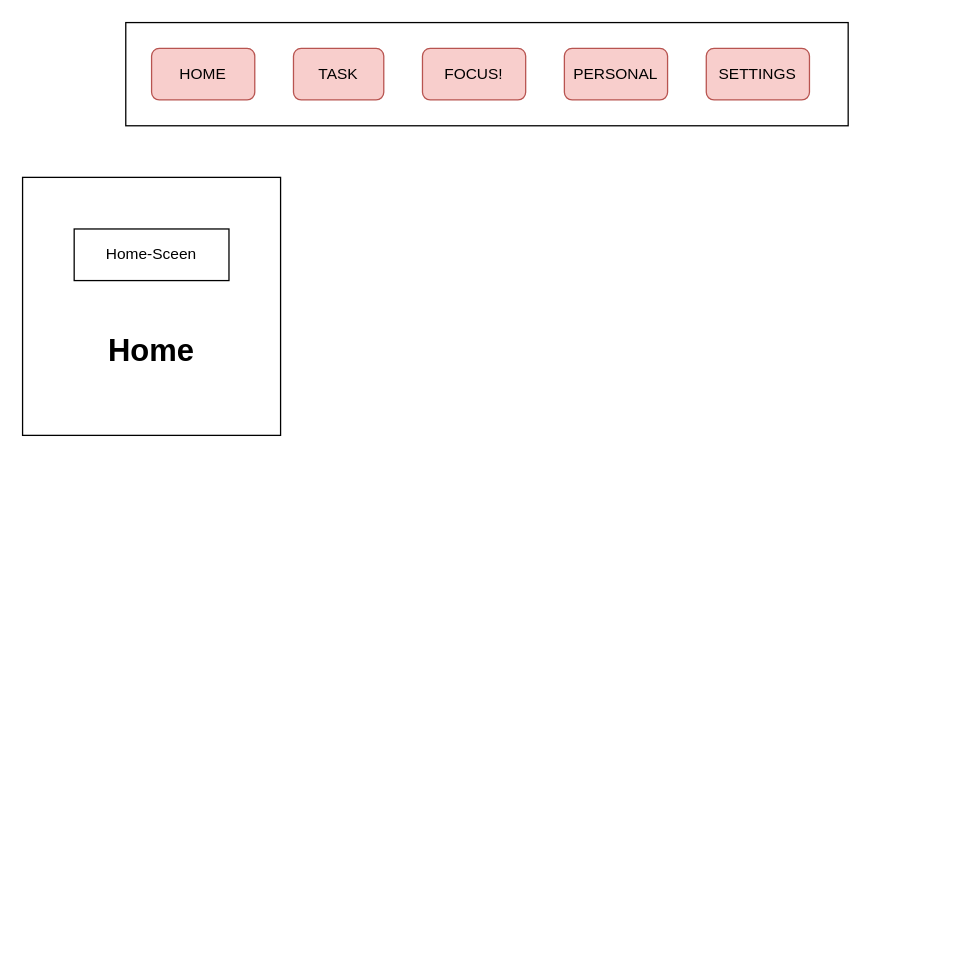
Earlier version of the draw.io diagram page "Seite-2" (2 of 2) of Unbenanntes Diagramm.drawio (chauanhhhhh/Demo). Source tidied: cells renumbered, new cells numbered last; positions are measured from the earlier drawing's top-left corner, leaving out a move shared by most shapes. Both pictures are drawn from the tidied source at 129%, with x=0, y=0 at pixel (22, 22).
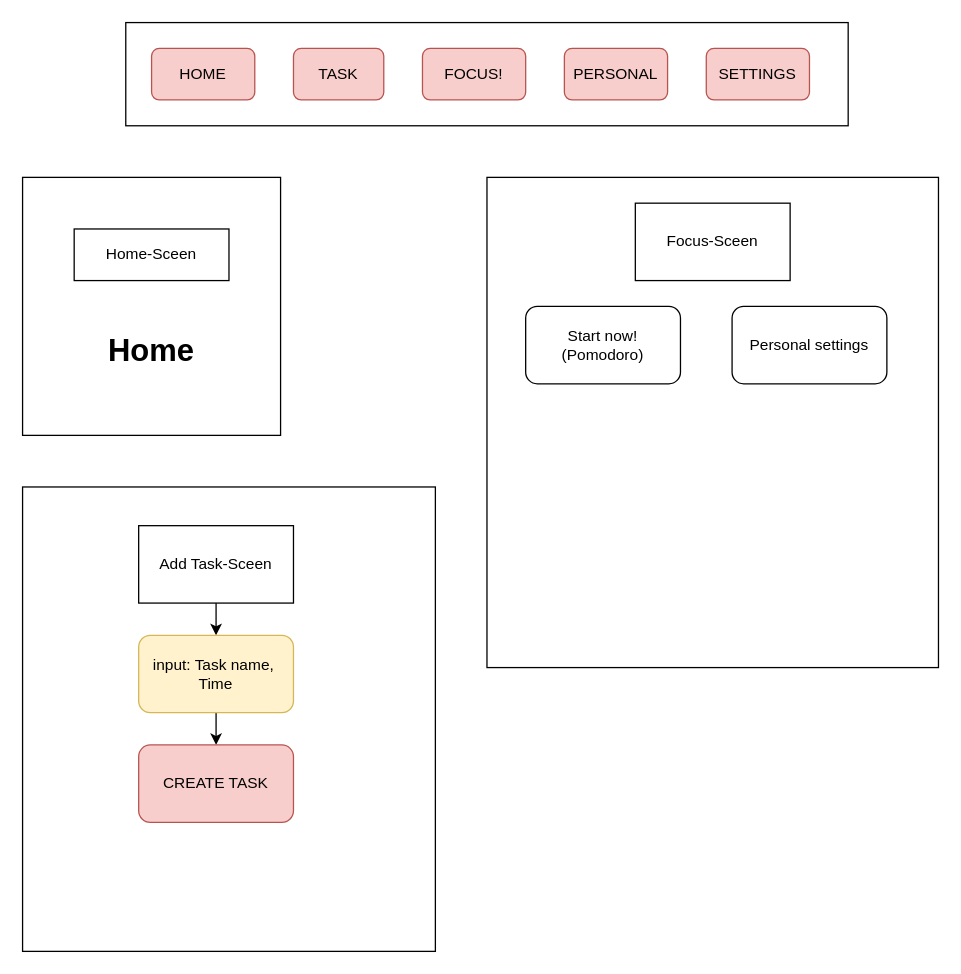
The same diagram, later.

What changed in the source:
```diff
@@
+    <mxCell id="11" style="rounded=0;whiteSpace=wrap;html=1;" parent="1" vertex="1">
+      <mxGeometry y="360" width="320" height="360" as="geometry" />
+    </mxCell>
+    <mxCell id="12" style="edgeStyle=orthogonalEdgeStyle;rounded=0;jettySize=auto;html=1;exitX=0.5;exitY=1;exitDx=0;exitDy=0;entryX=0.5;entryY=0;entryDx=0;entryDy=0;" parent="1" edge="1" source="13" target="15">
+      <mxGeometry relative="1" as="geometry" />
+    </mxCell>
+    <mxCell id="13" value="Add Task-Sceen" style="rounded=0;whiteSpace=wrap;html=1;" parent="1" vertex="1">
+      <mxGeometry x="90" y="390" width="120" height="60" as="geometry" />
+    </mxCell>
+    <mxCell id="14" style="edgeStyle=orthogonalEdgeStyle;rounded=0;jettySize=auto;html=1;exitX=0.5;exitY=1;exitDx=0;exitDy=0;" parent="1" edge="1" source="15" target="16">
+      <mxGeometry relative="1" as="geometry" />
+    </mxCell>
+    <mxCell id="15" value="input: Task name,&amp;nbsp;&lt;div&gt;Time&lt;/div&gt;" style="rounded=1;whiteSpace=wrap;html=1;fillColor=#fff2cc;strokeColor=#d6b656;" parent="1" vertex="1">
+      <mxGeometry x="90" y="475" width="120" height="60" as="geometry" />
+    </mxCell>
+    <mxCell id="16" value="CREATE TASK" style="rounded=1;whiteSpace=wrap;html=1;fillColor=#f8cecc;strokeColor=#b85450;" parent="1" vertex="1">
+      <mxGeometry x="90" y="560" width="120" height="60" as="geometry" />
+    </mxCell>
+    <mxCell id="17" style="rounded=0;whiteSpace=wrap;html=1;" parent="1" vertex="1">
+      <mxGeometry x="360" y="120" width="350" height="380" as="geometry" />
+    </mxCell>
+    <mxCell id="18" value="Focus-Sceen" style="rounded=0;whiteSpace=wrap;html=1;" parent="1" vertex="1">
+      <mxGeometry x="475" y="140" width="120" height="60" as="geometry" />
+    </mxCell>
+    <mxCell id="19" value="Start now!&lt;div&gt;(Pomodoro)&lt;/div&gt;" style="rounded=1;whiteSpace=wrap;html=1;" parent="1" vertex="1">
+      <mxGeometry x="390" y="220" width="120" height="60" as="geometry" />
+    </mxCell>
+    <mxCell id="20" value="Personal settings" style="rounded=1;whiteSpace=wrap;html=1;" parent="1" vertex="1">
+      <mxGeometry x="550" y="220" width="120" height="60" as="geometry" />
+    </mxCell>
```
